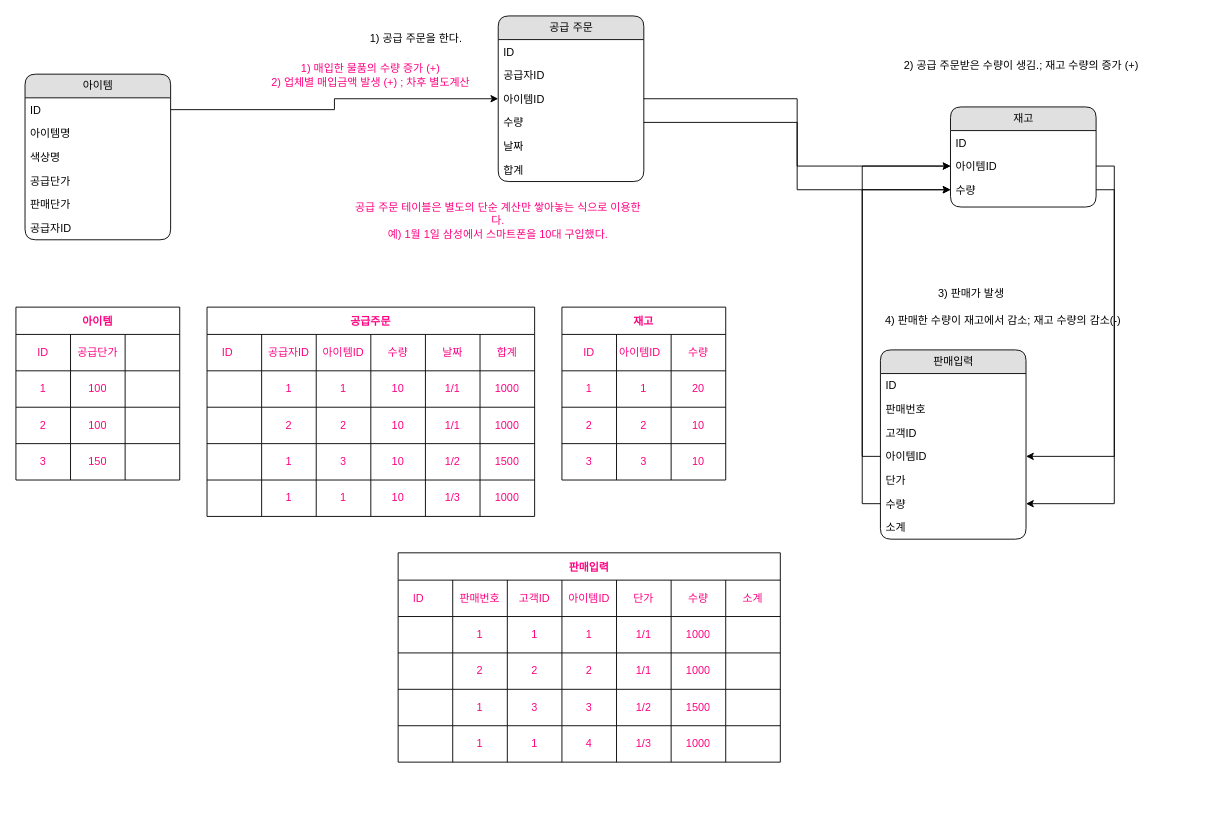
Earlier version of the draw.io diagram page "Page-5" (5 of 5) of git_바코플로우.drawio (ndism/baco2). Source tidied: cells renumbered, new cells numbered last; positions are measured from the earlier drawing's top-left corner, leaving out a move shared by most shapes. Both pictures are drawn from the tidied source at 91%, with x=0, y=0 at pixel (15, 15).
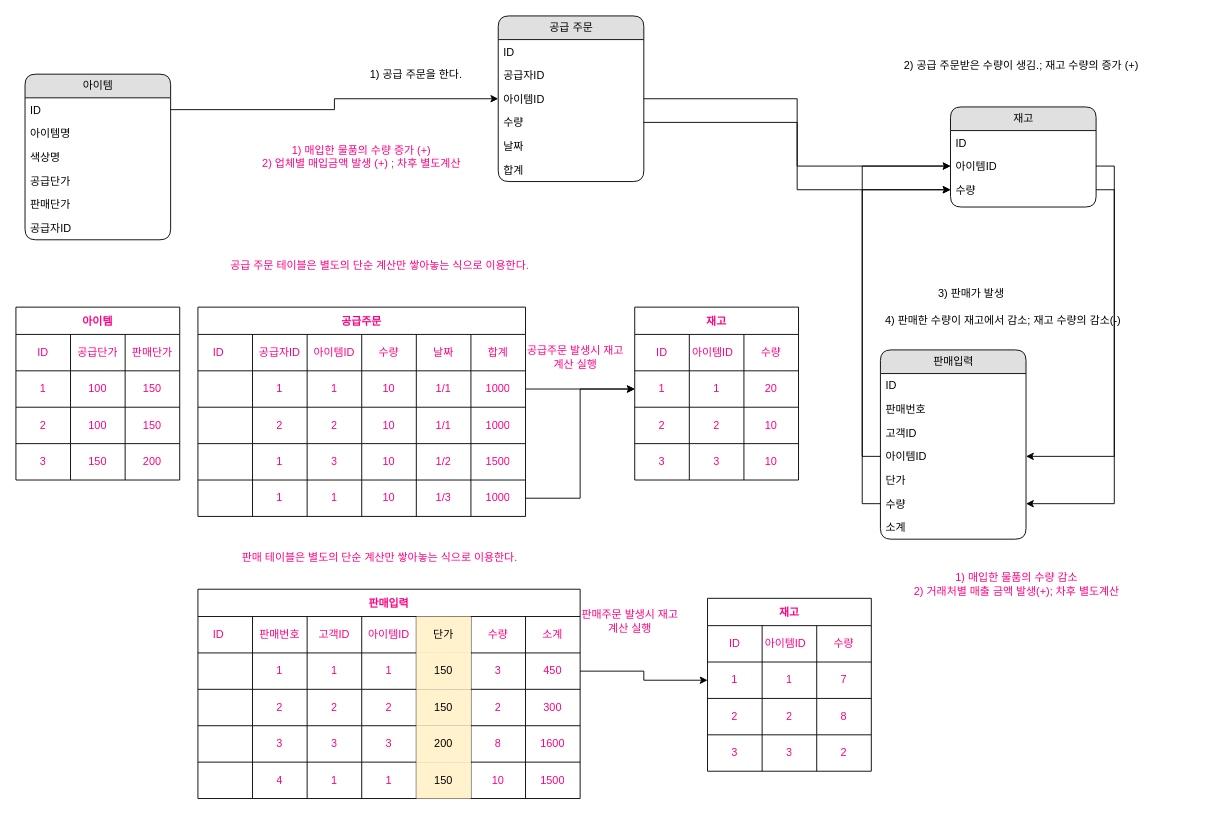
The same diagram, later.

Commit message:
Update git_바코플로우.drawio

The change refers to these unchanged cells:
```xml
<mxCell id="49" style="shape=tableRow;horizontal=0;startSize=0;swimlaneHead=0;swimlaneBody=0;top=0;left=0;bottom=0;right=0;fillColor=none;points=[[0,0.5],[1,0.5]];portConstraint=eastwest;fontColor=#FF0080;" parent="41" vertex="1">
  <mxGeometry y="70" width="360" height="40" as="geometry" />
</mxCell>
<mxCell id="70" style="shape=tableRow;horizontal=0;startSize=0;swimlaneHead=0;swimlaneBody=0;top=0;left=0;bottom=0;right=0;fillColor=none;points=[[0,0.5],[1,0.5]];portConstraint=eastwest;fontColor=#FF0080;" parent="41" vertex="1">
  <mxGeometry y="190" width="360" height="40" as="geometry" />
</mxCell>
<mxCell id="78" style="shape=tableRow;horizontal=0;startSize=0;swimlaneHead=0;swimlaneBody=0;top=0;left=0;bottom=0;right=0;fillColor=none;fontColor=#FF0080;" parent="77" vertex="1">
  <mxGeometry y="30" width="180" height="40" as="geometry" />
</mxCell>
<mxCell id="82" style="shape=tableRow;horizontal=0;startSize=0;swimlaneHead=0;swimlaneBody=0;top=0;left=0;bottom=0;right=0;fillColor=none;fontColor=#FF0080;" parent="77" vertex="1">
  <mxGeometry y="70" width="180" height="40" as="geometry" />
</mxCell>
<mxCell id="86" style="shape=tableRow;horizontal=0;startSize=0;swimlaneHead=0;swimlaneBody=0;top=0;left=0;bottom=0;right=0;fillColor=none;fontColor=#FF0080;" parent="77" vertex="1">
  <mxGeometry y="110" width="180" height="40" as="geometry" />
</mxCell>
<mxCell id="90" style="shape=tableRow;horizontal=0;startSize=0;swimlaneHead=0;swimlaneBody=0;top=0;left=0;bottom=0;right=0;fillColor=none;fontColor=#FF0080;" parent="77" vertex="1">
  <mxGeometry y="150" width="180" height="40" as="geometry" />
</mxCell>
<mxCell id="99" style="shape=tableRow;horizontal=0;startSize=0;swimlaneHead=0;swimlaneBody=0;top=0;left=0;bottom=0;right=0;fillColor=none;points=[[0,0.5],[1,0.5]];portConstraint=eastwest;fontColor=#FF0080;" parent="94" vertex="1">
  <mxGeometry y="70" width="180" height="40" as="geometry" />
</mxCell>
<mxCell id="112" style="shape=tableRow;horizontal=0;startSize=0;swimlaneHead=0;swimlaneBody=0;top=0;left=0;bottom=0;right=0;fillColor=none;fontColor=#FF0080;" parent="111" vertex="1">
  <mxGeometry y="30" width="420" height="40" as="geometry" />
</mxCell>
<mxCell id="120" style="shape=tableRow;horizontal=0;startSize=0;swimlaneHead=0;swimlaneBody=0;top=0;left=0;bottom=0;right=0;fillColor=none;points=[[0,0.5],[1,0.5]];portConstraint=eastwest;fontColor=#FF0080;" parent="111" vertex="1">
  <mxGeometry y="70" width="420" height="40" as="geometry" />
</mxCell>
<mxCell id="128" style="shape=tableRow;horizontal=0;startSize=0;swimlaneHead=0;swimlaneBody=0;top=0;left=0;bottom=0;right=0;fillColor=none;fontColor=#FF0080;" parent="111" vertex="1">
  <mxGeometry y="110" width="420" height="40" as="geometry" />
</mxCell>
<mxCell id="136" style="shape=tableRow;horizontal=0;startSize=0;swimlaneHead=0;swimlaneBody=0;top=0;left=0;bottom=0;right=0;fillColor=none;fontColor=#FF0080;" parent="111" vertex="1">
  <mxGeometry y="150" width="420" height="40" as="geometry" />
</mxCell>
<mxCell id="144" style="shape=tableRow;horizontal=0;startSize=0;swimlaneHead=0;swimlaneBody=0;top=0;left=0;bottom=0;right=0;fillColor=none;fontColor=#FF0080;" parent="111" vertex="1">
  <mxGeometry y="190" width="420" height="40" as="geometry" />
</mxCell>
```

Diff of the diagram source:
```diff
@@
     <mxCell id="29" value="1) 공급 주문을 한다." style="text;html=1;strokeColor=none;fillColor=none;align=center;verticalAlign=middle;whiteSpace=wrap;rounded=0;" parent="1" vertex="1">
-      <mxGeometry x="370" y="10" width="140" height="30" as="geometry" />
+      <mxGeometry x="370" y="50" width="140" height="30" as="geometry" />
     </mxCell>
@@
     <mxCell id="39" value="1) 매입한 물품의 수량 증가 (+)&lt;br&gt;2) 업체별 매입금액 발생 (+) ; 차후 별도계산" style="text;html=1;strokeColor=none;fillColor=none;align=center;verticalAlign=middle;whiteSpace=wrap;rounded=0;fontColor=#FF0080;" parent="1" vertex="1">
-      <mxGeometry x="260" y="30" width="260" height="70" as="geometry" />
+      <mxGeometry x="250" y="120" width="260" height="70" as="geometry" />
     </mxCell>
-    <mxCell id="40" value="공급 주문 테이블은 별도의 단순 계산만 쌓아놓는 식으로 이용한다.&lt;br&gt;예) 1월 1일 삼성에서 스마트폰을 10대 구입했다." style="text;html=1;strokeColor=none;fillColor=none;align=center;verticalAlign=middle;whiteSpace=wrap;rounded=0;fontColor=#FF0080;" parent="1" vertex="1">
-      <mxGeometry x="370" y="190" width="320" height="70" as="geometry" />
+    <mxCell id="40" value="공급 주문 테이블은 별도의 단순 계산만 쌓아놓는 식으로 이용한다.&lt;br&gt;" style="text;html=1;strokeColor=none;fillColor=none;align=center;verticalAlign=middle;whiteSpace=wrap;rounded=0;fontColor=#FF0080;" parent="1" vertex="1">
+      <mxGeometry x="200" y="240" width="400" height="70" as="geometry" />
     </mxCell>
     <mxCell id="41" value="공급주문" style="shape=table;startSize=30;childLayout=tableLayout;fontStyle=1;align=center;fontColor=#FF0080;" parent="1" vertex="1">
-      <mxGeometry x="210" y="320" width="360" height="230" as="geometry" />
+      <mxGeometry x="200" y="320" width="360" height="230" as="geometry" />
     </mxCell>
@@
-    <mxCell id="81" style="shape=partialRectangle;html=1;whiteSpace=wrap;fillColor=none;top=0;left=0;bottom=0;right=0;overflow=hidden;fontColor=#FF0080;" parent="78" vertex="1">
+    <mxCell id="81" value="판매단가" style="shape=partialRectangle;html=1;whiteSpace=wrap;fillColor=none;top=0;left=0;bottom=0;right=0;overflow=hidden;fontColor=#FF0080;" parent="78" vertex="1">
       <mxGeometry x="120" width="60" height="40" as="geometry" />
     </mxCell>
@@
-    <mxCell id="85" style="shape=partialRectangle;html=1;whiteSpace=wrap;fillColor=none;top=0;left=0;bottom=0;right=0;overflow=hidden;fontColor=#FF0080;" parent="82" vertex="1">
+    <mxCell id="85" value="150" style="shape=partialRectangle;html=1;whiteSpace=wrap;fillColor=none;top=0;left=0;bottom=0;right=0;overflow=hidden;fontColor=#FF0080;" parent="82" vertex="1">
       <mxGeometry x="120" width="60" height="40" as="geometry" />
     </mxCell>
@@
-    <mxCell id="89" style="shape=partialRectangle;html=1;whiteSpace=wrap;fillColor=none;top=0;left=0;bottom=0;right=0;overflow=hidden;fontColor=#FF0080;" parent="86" vertex="1">
+    <mxCell id="89" value="150" style="shape=partialRectangle;html=1;whiteSpace=wrap;fillColor=none;top=0;left=0;bottom=0;right=0;overflow=hidden;fontColor=#FF0080;" parent="86" vertex="1">
       <mxGeometry x="120" width="60" height="40" as="geometry" />
     </mxCell>
@@
-    <mxCell id="93" style="shape=partialRectangle;html=1;whiteSpace=wrap;fillColor=none;top=0;left=0;bottom=0;right=0;overflow=hidden;fontColor=#FF0080;" parent="90" vertex="1">
+    <mxCell id="93" value="200" style="shape=partialRectangle;html=1;whiteSpace=wrap;fillColor=none;top=0;left=0;bottom=0;right=0;overflow=hidden;fontColor=#FF0080;" parent="90" vertex="1">
       <mxGeometry x="120" width="60" height="40" as="geometry" />
     </mxCell>
     <mxCell id="94" value="재고" style="shape=table;startSize=30;childLayout=tableLayout;fontStyle=1;align=center;fontColor=#FF0080;" parent="1" vertex="1">
-      <mxGeometry x="600" y="320" width="180" height="190" as="geometry" />
+      <mxGeometry x="680" y="320" width="180" height="190" as="geometry" />
     </mxCell>
@@
     <mxCell id="111" value="판매입력" style="shape=table;startSize=30;childLayout=tableLayout;fontStyle=1;align=center;fontColor=#FF0080;" parent="1" vertex="1">
-      <mxGeometry x="420" y="590" width="420" height="230" as="geometry" />
+      <mxGeometry x="200" y="630" width="420" height="230" as="geometry" />
     </mxCell>
@@
-    <mxCell id="117" value="단가" style="shape=partialRectangle;html=1;whiteSpace=wrap;fillColor=none;top=0;left=0;bottom=0;right=0;overflow=hidden;fontColor=#FF0080;" parent="112" vertex="1">
+    <mxCell id="117" value="단가" style="shape=partialRectangle;html=1;whiteSpace=wrap;fillColor=#fff2cc;top=0;left=0;bottom=0;right=0;overflow=hidden;strokeColor=#d6b656;" parent="112" vertex="1">
       <mxGeometry x="240" width="60" height="40" as="geometry" />
     </mxCell>
@@
-    <mxCell id="125" value="1/1" style="shape=partialRectangle;html=1;whiteSpace=wrap;fillColor=none;top=0;left=0;bottom=0;right=0;overflow=hidden;fontColor=#FF0080;" parent="120" vertex="1">
+    <mxCell id="125" value="150" style="shape=partialRectangle;html=1;whiteSpace=wrap;fillColor=#fff2cc;top=0;left=0;bottom=0;right=0;overflow=hidden;strokeColor=#d6b656;" parent="120" vertex="1">
       <mxGeometry x="240" width="60" height="40" as="geometry" />
     </mxCell>
-    <mxCell id="126" value="1000" style="shape=partialRectangle;html=1;whiteSpace=wrap;fillColor=none;top=0;left=0;bottom=0;right=0;overflow=hidden;fontColor=#FF0080;" parent="120" vertex="1">
+    <mxCell id="126" value="3" style="shape=partialRectangle;html=1;whiteSpace=wrap;fillColor=none;top=0;left=0;bottom=0;right=0;overflow=hidden;fontColor=#FF0080;" parent="120" vertex="1">
       <mxGeometry x="300" width="60" height="40" as="geometry" />
     </mxCell>
-    <mxCell id="127" style="shape=partialRectangle;html=1;whiteSpace=wrap;fillColor=none;top=0;left=0;bottom=0;right=0;overflow=hidden;fontColor=#FF0080;" parent="120" vertex="1">
+    <mxCell id="127" value="450" style="shape=partialRectangle;html=1;whiteSpace=wrap;fillColor=none;top=0;left=0;bottom=0;right=0;overflow=hidden;fontColor=#FF0080;" parent="120" vertex="1">
       <mxGeometry x="360" width="60" height="40" as="geometry" />
     </mxCell>
@@
-    <mxCell id="133" value="1/1" style="shape=partialRectangle;html=1;whiteSpace=wrap;fillColor=none;top=0;left=0;bottom=0;right=0;overflow=hidden;fontColor=#FF0080;" parent="128" vertex="1">
+    <mxCell id="133" value="150" style="shape=partialRectangle;html=1;whiteSpace=wrap;fillColor=#fff2cc;top=0;left=0;bottom=0;right=0;overflow=hidden;strokeColor=#d6b656;" parent="128" vertex="1">
       <mxGeometry x="240" width="60" height="40" as="geometry" />
     </mxCell>
-    <mxCell id="134" value="1000" style="shape=partialRectangle;html=1;whiteSpace=wrap;fillColor=none;top=0;left=0;bottom=0;right=0;overflow=hidden;fontColor=#FF0080;" parent="128" vertex="1">
+    <mxCell id="134" value="2" style="shape=partialRectangle;html=1;whiteSpace=wrap;fillColor=none;top=0;left=0;bottom=0;right=0;overflow=hidden;fontColor=#FF0080;" parent="128" vertex="1">
       <mxGeometry x="300" width="60" height="40" as="geometry" />
     </mxCell>
-    <mxCell id="135" style="shape=partialRectangle;html=1;whiteSpace=wrap;fillColor=none;top=0;left=0;bottom=0;right=0;overflow=hidden;fontColor=#FF0080;" parent="128" vertex="1">
+    <mxCell id="135" value="300" style="shape=partialRectangle;html=1;whiteSpace=wrap;fillColor=none;top=0;left=0;bottom=0;right=0;overflow=hidden;fontColor=#FF0080;" parent="128" vertex="1">
       <mxGeometry x="360" width="60" height="40" as="geometry" />
     </mxCell>
@@
-    <mxCell id="138" value="1" style="shape=partialRectangle;html=1;whiteSpace=wrap;fillColor=none;top=0;left=0;bottom=0;right=0;overflow=hidden;fontColor=#FF0080;" parent="136" vertex="1">
+    <mxCell id="138" value="3" style="shape=partialRectangle;html=1;whiteSpace=wrap;fillColor=none;top=0;left=0;bottom=0;right=0;overflow=hidden;fontColor=#FF0080;" parent="136" vertex="1">
       <mxGeometry x="60" width="60" height="40" as="geometry" />
     </mxCell>
@@
-    <mxCell id="141" value="1/2" style="shape=partialRectangle;html=1;whiteSpace=wrap;fillColor=none;top=0;left=0;bottom=0;right=0;overflow=hidden;fontColor=#FF0080;" parent="136" vertex="1">
+    <mxCell id="141" value="200" style="shape=partialRectangle;html=1;whiteSpace=wrap;fillColor=#fff2cc;top=0;left=0;bottom=0;right=0;overflow=hidden;strokeColor=#d6b656;" parent="136" vertex="1">
       <mxGeometry x="240" width="60" height="40" as="geometry" />
     </mxCell>
-    <mxCell id="142" value="1500" style="shape=partialRectangle;html=1;whiteSpace=wrap;fillColor=none;top=0;left=0;bottom=0;right=0;overflow=hidden;fontColor=#FF0080;" parent="136" vertex="1">
+    <mxCell id="142" value="8" style="shape=partialRectangle;html=1;whiteSpace=wrap;fillColor=none;top=0;left=0;bottom=0;right=0;overflow=hidden;fontColor=#FF0080;" parent="136" vertex="1">
       <mxGeometry x="300" width="60" height="40" as="geometry" />
     </mxCell>
-    <mxCell id="143" style="shape=partialRectangle;html=1;whiteSpace=wrap;fillColor=none;top=0;left=0;bottom=0;right=0;overflow=hidden;fontColor=#FF0080;" parent="136" vertex="1">
+    <mxCell id="143" value="1600" style="shape=partialRectangle;html=1;whiteSpace=wrap;fillColor=none;top=0;left=0;bottom=0;right=0;overflow=hidden;fontColor=#FF0080;" parent="136" vertex="1">
       <mxGeometry x="360" width="60" height="40" as="geometry" />
     </mxCell>
@@
-    <mxCell id="146" value="1" style="shape=partialRectangle;html=1;whiteSpace=wrap;fillColor=none;top=0;left=0;bottom=0;right=0;overflow=hidden;fontColor=#FF0080;" parent="144" vertex="1">
+    <mxCell id="146" value="4" style="shape=partialRectangle;html=1;whiteSpace=wrap;fillColor=none;top=0;left=0;bottom=0;right=0;overflow=hidden;fontColor=#FF0080;" parent="144" vertex="1">
       <mxGeometry x="60" width="60" height="40" as="geometry" />
     </mxCell>
@@
-    <mxCell id="148" value="4" style="shape=partialRectangle;html=1;whiteSpace=wrap;fillColor=none;top=0;left=0;bottom=0;right=0;overflow=hidden;fontColor=#FF0080;" parent="144" vertex="1">
+    <mxCell id="148" value="1" style="shape=partialRectangle;html=1;whiteSpace=wrap;fillColor=none;top=0;left=0;bottom=0;right=0;overflow=hidden;fontColor=#FF0080;" parent="144" vertex="1">
       <mxGeometry x="180" width="60" height="40" as="geometry" />
     </mxCell>
-    <mxCell id="149" value="1/3" style="shape=partialRectangle;html=1;whiteSpace=wrap;fillColor=none;top=0;left=0;bottom=0;right=0;overflow=hidden;fontColor=#FF0080;" parent="144" vertex="1">
+    <mxCell id="149" value="150" style="shape=partialRectangle;html=1;whiteSpace=wrap;fillColor=#fff2cc;top=0;left=0;bottom=0;right=0;overflow=hidden;strokeColor=#d6b656;" parent="144" vertex="1">
       <mxGeometry x="240" width="60" height="40" as="geometry" />
     </mxCell>
-    <mxCell id="150" value="1000" style="shape=partialRectangle;html=1;whiteSpace=wrap;fillColor=none;top=0;left=0;bottom=0;right=0;overflow=hidden;fontColor=#FF0080;" parent="144" vertex="1">
+    <mxCell id="150" value="10" style="shape=partialRectangle;html=1;whiteSpace=wrap;fillColor=none;top=0;left=0;bottom=0;right=0;overflow=hidden;fontColor=#FF0080;" parent="144" vertex="1">
       <mxGeometry x="300" width="60" height="40" as="geometry" />
     </mxCell>
-    <mxCell id="151" style="shape=partialRectangle;html=1;whiteSpace=wrap;fillColor=none;top=0;left=0;bottom=0;right=0;overflow=hidden;fontColor=#FF0080;" parent="144" vertex="1">
+    <mxCell id="151" value="1500" style="shape=partialRectangle;html=1;whiteSpace=wrap;fillColor=none;top=0;left=0;bottom=0;right=0;overflow=hidden;fontColor=#FF0080;" parent="144" vertex="1">
       <mxGeometry x="360" width="60" height="40" as="geometry" />
     </mxCell>
+    <mxCell id="152" value="재고" style="shape=table;startSize=30;childLayout=tableLayout;fontStyle=1;align=center;fontColor=#FF0080;" parent="1" vertex="1">
+      <mxGeometry x="760" y="640" width="180" height="190" as="geometry" />
+    </mxCell>
+    <mxCell id="153" style="shape=tableRow;horizontal=0;startSize=0;swimlaneHead=0;swimlaneBody=0;top=0;left=0;bottom=0;right=0;fillColor=none;fontColor=#FF0080;" parent="152" vertex="1">
+      <mxGeometry y="30" width="180" height="40" as="geometry" />
+    </mxCell>
+    <mxCell id="154" value="ID" style="shape=partialRectangle;html=1;whiteSpace=wrap;fillColor=none;top=0;left=0;bottom=0;right=0;overflow=hidden;fontColor=#FF0080;" parent="153" vertex="1">
+      <mxGeometry width="60" height="40" as="geometry" />
+    </mxCell>
+    <mxCell id="155" value="아이템ID&lt;span style=&quot;white-space: pre&quot;&gt;&#9;&lt;/span&gt;" style="shape=partialRectangle;html=1;whiteSpace=wrap;fillColor=none;top=0;left=0;bottom=0;right=0;overflow=hidden;fontColor=#FF0080;" parent="153" vertex="1">
+      <mxGeometry x="60" width="60" height="40" as="geometry" />
+    </mxCell>
+    <mxCell id="156" value="수량" style="shape=partialRectangle;html=1;whiteSpace=wrap;fillColor=none;top=0;left=0;bottom=0;right=0;overflow=hidden;fontColor=#FF0080;" parent="153" vertex="1">
+      <mxGeometry x="120" width="60" height="40" as="geometry" />
+    </mxCell>
+    <mxCell id="157" style="shape=tableRow;horizontal=0;startSize=0;swimlaneHead=0;swimlaneBody=0;top=0;left=0;bottom=0;right=0;fillColor=none;points=[[0,0.5],[1,0.5]];portConstraint=eastwest;fontColor=#FF0080;" parent="152" vertex="1">
+      <mxGeometry y="70" width="180" height="40" as="geometry" />
+    </mxCell>
+    <mxCell id="158" value="1" style="shape=partialRectangle;html=1;whiteSpace=wrap;fillColor=none;top=0;left=0;bottom=0;right=0;overflow=hidden;fontColor=#FF0080;" parent="157" vertex="1">
+      <mxGeometry width="60" height="40" as="geometry" />
+    </mxCell>
+    <mxCell id="159" value="1" style="shape=partialRectangle;html=1;whiteSpace=wrap;fillColor=none;top=0;left=0;bottom=0;right=0;overflow=hidden;fontColor=#FF0080;" parent="157" vertex="1">
+      <mxGeometry x="60" width="60" height="40" as="geometry" />
+    </mxCell>
+    <mxCell id="160" value="7" style="shape=partialRectangle;html=1;whiteSpace=wrap;fillColor=none;top=0;left=0;bottom=0;right=0;overflow=hidden;fontColor=#FF0080;" parent="157" vertex="1">
+      <mxGeometry x="120" width="60" height="40" as="geometry" />
+    </mxCell>
+    <mxCell id="161" style="shape=tableRow;horizontal=0;startSize=0;swimlaneHead=0;swimlaneBody=0;top=0;left=0;bottom=0;right=0;fillColor=none;fontColor=#FF0080;" parent="152" vertex="1">
+      <mxGeometry y="110" width="180" height="40" as="geometry" />
+    </mxCell>
+    <mxCell id="162" value="2" style="shape=partialRectangle;html=1;whiteSpace=wrap;fillColor=none;top=0;left=0;bottom=0;right=0;overflow=hidden;fontColor=#FF0080;" parent="161" vertex="1">
+      <mxGeometry width="60" height="40" as="geometry" />
+    </mxCell>
+    <mxCell id="163" value="2" style="shape=partialRectangle;html=1;whiteSpace=wrap;fillColor=none;top=0;left=0;bottom=0;right=0;overflow=hidden;fontColor=#FF0080;" parent="161" vertex="1">
+      <mxGeometry x="60" width="60" height="40" as="geometry" />
+    </mxCell>
+    <mxCell id="164" value="8" style="shape=partialRectangle;html=1;whiteSpace=wrap;fillColor=none;top=0;left=0;bottom=0;right=0;overflow=hidden;fontColor=#FF0080;" parent="161" vertex="1">
+      <mxGeometry x="120" width="60" height="40" as="geometry" />
+    </mxCell>
+    <mxCell id="165" style="shape=tableRow;horizontal=0;startSize=0;swimlaneHead=0;swimlaneBody=0;top=0;left=0;bottom=0;right=0;fillColor=none;fontColor=#FF0080;" parent="152" vertex="1">
+      <mxGeometry y="150" width="180" height="40" as="geometry" />
+    </mxCell>
+    <mxCell id="166" value="3" style="shape=partialRectangle;html=1;whiteSpace=wrap;fillColor=none;top=0;left=0;bottom=0;right=0;overflow=hidden;fontColor=#FF0080;" parent="165" vertex="1">
+      <mxGeometry width="60" height="40" as="geometry" />
+    </mxCell>
+    <mxCell id="167" value="3" style="shape=partialRectangle;html=1;whiteSpace=wrap;fillColor=none;top=0;left=0;bottom=0;right=0;overflow=hidden;fontColor=#FF0080;" parent="165" vertex="1">
+      <mxGeometry x="60" width="60" height="40" as="geometry" />
+    </mxCell>
+    <mxCell id="168" value="2" style="shape=partialRectangle;html=1;whiteSpace=wrap;fillColor=none;top=0;left=0;bottom=0;right=0;overflow=hidden;fontColor=#FF0080;" parent="165" vertex="1">
+      <mxGeometry x="120" width="60" height="40" as="geometry" />
+    </mxCell>
+    <mxCell id="169" value="판매 테이블은 별도의 단순 계산만 쌓아놓는 식으로 이용한다." style="text;html=1;strokeColor=none;fillColor=none;align=center;verticalAlign=middle;whiteSpace=wrap;rounded=0;fontColor=#FF0080;" parent="1" vertex="1">
+      <mxGeometry x="200" y="560" width="400" height="70" as="geometry" />
+    </mxCell>
+    <mxCell id="170" style="edgeStyle=orthogonalEdgeStyle;rounded=0;jettySize=auto;html=1;exitX=1;exitY=0.5;exitDx=0;exitDy=0;entryX=0;entryY=0.5;entryDx=0;entryDy=0;" parent="1" edge="1" source="49" target="99">
+      <mxGeometry relative="1" as="geometry" />
+    </mxCell>
+    <mxCell id="171" style="edgeStyle=orthogonalEdgeStyle;rounded=0;jettySize=auto;html=1;exitX=1;exitY=0.5;exitDx=0;exitDy=0;entryX=0;entryY=0.5;entryDx=0;entryDy=0;" parent="1" edge="1" source="120" target="157">
+      <mxGeometry relative="1" as="geometry" />
+    </mxCell>
+    <mxCell id="172" style="edgeStyle=orthogonalEdgeStyle;rounded=0;jettySize=auto;html=1;exitX=1;exitY=0.5;exitDx=0;exitDy=0;" parent="1" edge="1" source="70" target="99">
+      <mxGeometry relative="1" as="geometry" />
+    </mxCell>
+    <mxCell id="173" value="공급주문 발생시 재고 계산 실행" style="text;html=1;strokeColor=none;fillColor=none;align=center;verticalAlign=middle;whiteSpace=wrap;rounded=0;fontColor=#FF0080;" parent="1" vertex="1">
+      <mxGeometry x="560" y="340" width="110" height="70" as="geometry" />
+    </mxCell>
+    <mxCell id="174" value="판매주문 발생시 재고 계산 실행" style="text;html=1;strokeColor=none;fillColor=none;align=center;verticalAlign=middle;whiteSpace=wrap;rounded=0;fontColor=#FF0080;" parent="1" vertex="1">
+      <mxGeometry x="620" y="630" width="110" height="70" as="geometry" />
+    </mxCell>
+    <mxCell id="175" value="1) 매입한 물품의 수량 감소&lt;br&gt;2) 거래처별 매출 금액 발생(+); 차후 별도계산" style="text;html=1;strokeColor=none;fillColor=none;align=center;verticalAlign=middle;whiteSpace=wrap;rounded=0;fontColor=#FF0080;" parent="1" vertex="1">
+      <mxGeometry x="970" y="590" width="260" height="70" as="geometry" />
+    </mxCell>
```
